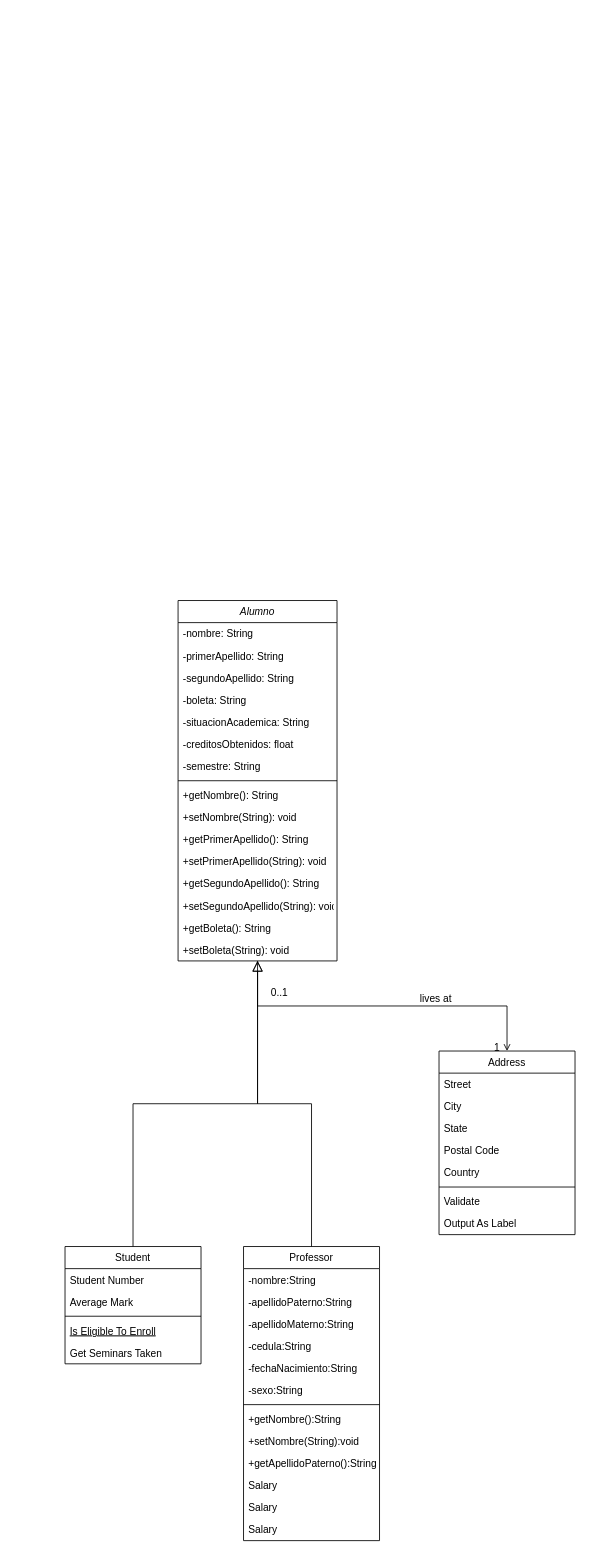
The draw.io diagram Untitled Diagram.drawio in a2772/J-001-ProyectosCurso, before the edit. Source tidied: cells renumbered, new cells numbered last; positions are measured from the earlier drawing's top-left corner, leaving out a move shared by most shapes. Both pictures are drawn from the tidied source at 85%, with x=0, y=0 at pixel (65, 600).
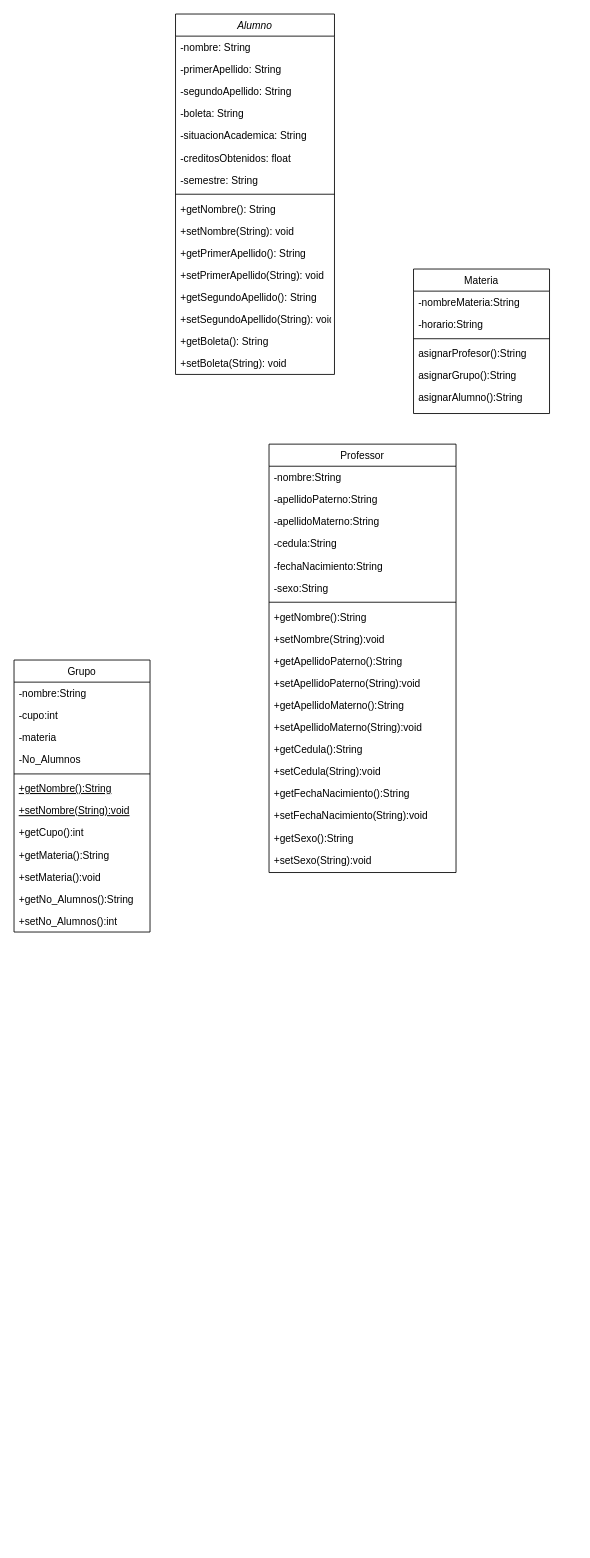
Above is the later version.

What changed in the source:
```diff
@@
     <mxCell id="2" value="Alumno" style="swimlane;fontStyle=2;align=center;verticalAlign=top;horizontal=1;startSize=26;rounded=0;shadow=0;strokeWidth=1;" parent="1" vertex="1">
-      <mxGeometry x="133" width="187" height="424" as="geometry" />
+      <mxGeometry x="130" y="-690" width="187" height="424" as="geometry" />
     </mxCell>
@@
-    <mxCell id="19" value="Student" style="swimlane;fontStyle=0;align=center;verticalAlign=top;horizontal=1;startSize=26;rounded=0;shadow=0;strokeWidth=1;" parent="1" vertex="1">
-      <mxGeometry y="760" width="160" height="138" as="geometry" />
+    <mxCell id="19" value="Grupo" style="swimlane;fontStyle=0;align=center;verticalAlign=top;horizontal=1;startSize=26;rounded=0;shadow=0;strokeWidth=1;" parent="1" vertex="1">
+      <mxGeometry x="-60" y="70" width="160" height="320" as="geometry" />
     </mxCell>
+    <mxCell id="21" value="-nombre:String" style="text;align=left;verticalAlign=top;spacingLeft=4;spacingRight=4;overflow=hidden;rounded=0;shadow=0;html=0;" parent="19" vertex="1">
+      <mxGeometry y="26" width="160" height="26" as="geometry" />
+    </mxCell>
-    <mxCell id="20" value="Student Number" style="text;align=left;verticalAlign=top;spacingLeft=4;spacingRight=4;overflow=hidden;" parent="19" vertex="1">
-      <mxGeometry y="26" width="160" height="26" as="geometry" />
+    <mxCell id="20" value="-cupo:int" style="text;align=left;verticalAlign=top;spacingLeft=4;spacingRight=4;overflow=hidden;" parent="19" vertex="1">
+      <mxGeometry y="52" width="160" height="26" as="geometry" />
     </mxCell>
-    <mxCell id="21" value="Average Mark" style="text;align=left;verticalAlign=top;spacingLeft=4;spacingRight=4;overflow=hidden;rounded=0;shadow=0;html=0;" parent="19" vertex="1">
-      <mxGeometry y="52" width="160" height="26" as="geometry" />
-    </mxCell>
+    <mxCell id="54" value="-materia" style="text;align=left;verticalAlign=top;spacingLeft=4;spacingRight=4;overflow=hidden;rounded=0;shadow=0;html=0;" parent="19" vertex="1">
+      <mxGeometry y="78" width="160" height="26" as="geometry" />
+    </mxCell>
+    <mxCell id="55" value="-No_Alumnos" style="text;align=left;verticalAlign=top;spacingLeft=4;spacingRight=4;overflow=hidden;rounded=0;shadow=0;html=0;" parent="19" vertex="1">
+      <mxGeometry y="104" width="160" height="26" as="geometry" />
+    </mxCell>
     <mxCell id="22" style="line;html=1;strokeWidth=1;align=left;verticalAlign=middle;spacingTop=-1;spacingLeft=3;spacingRight=3;labelPosition=right;" parent="19" vertex="1">
-      <mxGeometry y="78" width="160" height="8" as="geometry" />
+      <mxGeometry y="130" width="160" height="8" as="geometry" />
     </mxCell>
+    <mxCell id="56" value="+getNombre():String" style="text;align=left;verticalAlign=top;spacingLeft=4;spacingRight=4;overflow=hidden;fontStyle=4;" parent="19" vertex="1">
+      <mxGeometry y="138" width="160" height="26" as="geometry" />
+    </mxCell>
-    <mxCell id="23" value="Is Eligible To Enroll" style="text;align=left;verticalAlign=top;spacingLeft=4;spacingRight=4;overflow=hidden;fontStyle=4;" parent="19" vertex="1">
-      <mxGeometry y="86" width="160" height="26" as="geometry" />
+    <mxCell id="23" value="+setNombre(String):void" style="text;align=left;verticalAlign=top;spacingLeft=4;spacingRight=4;overflow=hidden;fontStyle=4;" parent="19" vertex="1">
+      <mxGeometry y="164" width="160" height="26" as="geometry" />
     </mxCell>
-    <mxCell id="24" value="Get Seminars Taken" style="text;align=left;verticalAlign=top;spacingLeft=4;spacingRight=4;overflow=hidden;" parent="19" vertex="1">
-      <mxGeometry y="112" width="160" height="26" as="geometry" />
+    <mxCell id="24" value="+getCupo():int" style="text;align=left;verticalAlign=top;spacingLeft=4;spacingRight=4;overflow=hidden;" parent="19" vertex="1">
+      <mxGeometry y="190" width="160" height="26" as="geometry" />
     </mxCell>
-    <mxCell id="25" style="endArrow=block;endSize=10;endFill=0;shadow=0;strokeWidth=1;rounded=0;edgeStyle=elbowEdgeStyle;elbow=vertical;" parent="1" edge="1" source="19" target="2">
-      <mxGeometry relative="1" as="geometry" />
-    </mxCell>
+    <mxCell id="57" value="+getMateria():String" style="text;align=left;verticalAlign=top;spacingLeft=4;spacingRight=4;overflow=hidden;" parent="19" vertex="1">
+      <mxGeometry y="216" width="160" height="26" as="geometry" />
+    </mxCell>
+    <mxCell id="58" value="+setMateria():void" style="text;align=left;verticalAlign=top;spacingLeft=4;spacingRight=4;overflow=hidden;" parent="19" vertex="1">
+      <mxGeometry y="242" width="160" height="26" as="geometry" />
+    </mxCell>
+    <mxCell id="59" value="+getNo_Alumnos():String" style="text;align=left;verticalAlign=top;spacingLeft=4;spacingRight=4;overflow=hidden;" parent="19" vertex="1">
+      <mxGeometry y="268" width="160" height="26" as="geometry" />
+    </mxCell>
+    <mxCell id="60" value="+setNo_Alumnos():int" style="text;align=left;verticalAlign=top;spacingLeft=4;spacingRight=4;overflow=hidden;" parent="19" vertex="1">
+      <mxGeometry y="294" width="160" height="26" as="geometry" />
+    </mxCell>
     <mxCell id="26" value="Professor" style="swimlane;fontStyle=0;align=center;verticalAlign=top;horizontal=1;startSize=26;rounded=0;shadow=0;strokeWidth=1;" parent="1" vertex="1">
-      <mxGeometry x="210" y="760" width="160" height="346" as="geometry" />
+      <mxGeometry x="240" y="-184" width="220" height="504" as="geometry" />
     </mxCell>
     <mxCell id="27" value="-nombre:String" style="text;align=left;verticalAlign=top;spacingLeft=4;spacingRight=4;overflow=hidden;" parent="26" vertex="1">
-      <mxGeometry y="26" width="160" height="26" as="geometry" />
+      <mxGeometry y="26" width="220" height="26" as="geometry" />
     </mxCell>
     <mxCell id="28" value="-apellidoPaterno:String" style="text;align=left;verticalAlign=top;spacingLeft=4;spacingRight=4;overflow=hidden;" parent="26" vertex="1">
-      <mxGeometry y="52" width="160" height="26" as="geometry" />
+      <mxGeometry y="52" width="220" height="26" as="geometry" />
     </mxCell>
     <mxCell id="29" value="-apellidoMaterno:String" style="text;align=left;verticalAlign=top;spacingLeft=4;spacingRight=4;overflow=hidden;" parent="26" vertex="1">
-      <mxGeometry y="78" width="160" height="26" as="geometry" />
+      <mxGeometry y="78" width="220" height="26" as="geometry" />
     </mxCell>
     <mxCell id="30" value="-cedula:String" style="text;align=left;verticalAlign=top;spacingLeft=4;spacingRight=4;overflow=hidden;" parent="26" vertex="1">
-      <mxGeometry y="104" width="160" height="26" as="geometry" />
+      <mxGeometry y="104" width="220" height="26" as="geometry" />
     </mxCell>
     <mxCell id="31" value="-fechaNacimiento:String" style="text;align=left;verticalAlign=top;spacingLeft=4;spacingRight=4;overflow=hidden;" parent="26" vertex="1">
-      <mxGeometry y="130" width="160" height="26" as="geometry" />
+      <mxGeometry y="130" width="220" height="26" as="geometry" />
     </mxCell>
     <mxCell id="32" value="-sexo:String" style="text;align=left;verticalAlign=top;spacingLeft=4;spacingRight=4;overflow=hidden;" parent="26" vertex="1">
-      <mxGeometry y="156" width="160" height="26" as="geometry" />
+      <mxGeometry y="156" width="220" height="26" as="geometry" />
     </mxCell>
     <mxCell id="33" style="line;html=1;strokeWidth=1;align=left;verticalAlign=middle;spacingTop=-1;spacingLeft=3;spacingRight=3;labelPosition=right;" parent="26" vertex="1">
-      <mxGeometry y="182" width="160" height="8" as="geometry" />
+      <mxGeometry y="182" width="220" height="8" as="geometry" />
     </mxCell>
     <mxCell id="34" value="+getNombre():String&#10;" style="text;align=left;verticalAlign=top;spacingLeft=4;spacingRight=4;overflow=hidden;" parent="26" vertex="1">
-      <mxGeometry y="190" width="160" height="26" as="geometry" />
+      <mxGeometry y="190" width="220" height="26" as="geometry" />
     </mxCell>
     <mxCell id="35" value="+setNombre(String):void" style="text;align=left;verticalAlign=top;spacingLeft=4;spacingRight=4;overflow=hidden;" parent="26" vertex="1">
-      <mxGeometry y="216" width="160" height="26" as="geometry" />
+      <mxGeometry y="216" width="220" height="26" as="geometry" />
     </mxCell>
     <mxCell id="36" value="+getApellidoPaterno():String" style="text;align=left;verticalAlign=top;spacingLeft=4;spacingRight=4;overflow=hidden;" parent="26" vertex="1">
-      <mxGeometry y="242" width="160" height="26" as="geometry" />
+      <mxGeometry y="242" width="220" height="26" as="geometry" />
     </mxCell>
-    <mxCell id="37" value="Salary" style="text;align=left;verticalAlign=top;spacingLeft=4;spacingRight=4;overflow=hidden;" parent="26" vertex="1">
-      <mxGeometry y="268" width="160" height="26" as="geometry" />
+    <mxCell id="37" value="+setApellidoPaterno(String):void" style="text;align=left;verticalAlign=top;spacingLeft=4;spacingRight=4;overflow=hidden;" parent="26" vertex="1">
+      <mxGeometry y="268" width="220" height="26" as="geometry" />
     </mxCell>
-    <mxCell id="38" value="Salary" style="text;align=left;verticalAlign=top;spacingLeft=4;spacingRight=4;overflow=hidden;" parent="26" vertex="1">
-      <mxGeometry y="294" width="160" height="26" as="geometry" />
-    </mxCell>
-    <mxCell id="39" value="Salary" style="text;align=left;verticalAlign=top;spacingLeft=4;spacingRight=4;overflow=hidden;" parent="26" vertex="1">
-      <mxGeometry y="320" width="160" height="26" as="geometry" />
-    </mxCell>
-    <mxCell id="40" style="endArrow=block;endSize=10;endFill=0;shadow=0;strokeWidth=1;rounded=0;edgeStyle=elbowEdgeStyle;elbow=vertical;" parent="1" edge="1" source="26" target="2">
-      <mxGeometry relative="1" as="geometry" />
-    </mxCell>
+    <mxCell id="61" value="+getApellidoMaterno():String" style="text;align=left;verticalAlign=top;spacingLeft=4;spacingRight=4;overflow=hidden;" parent="26" vertex="1">
+      <mxGeometry y="294" width="220" height="26" as="geometry" />
+    </mxCell>
+    <mxCell id="62" value="+setApellidoMaterno(String):void" style="text;align=left;verticalAlign=top;spacingLeft=4;spacingRight=4;overflow=hidden;" parent="26" vertex="1">
+      <mxGeometry y="320" width="220" height="26" as="geometry" />
+    </mxCell>
+    <mxCell id="63" value="+getCedula():String&#10;" style="text;align=left;verticalAlign=top;spacingLeft=4;spacingRight=4;overflow=hidden;" parent="26" vertex="1">
+      <mxGeometry y="346" width="220" height="26" as="geometry" />
+    </mxCell>
+    <mxCell id="64" value="+setCedula(String):void" style="text;align=left;verticalAlign=top;spacingLeft=4;spacingRight=4;overflow=hidden;" parent="26" vertex="1">
+      <mxGeometry y="372" width="220" height="26" as="geometry" />
+    </mxCell>
+    <mxCell id="65" value="+getFechaNacimiento():String&#10;" style="text;align=left;verticalAlign=top;spacingLeft=4;spacingRight=4;overflow=hidden;" parent="26" vertex="1">
+      <mxGeometry y="398" width="220" height="26" as="geometry" />
+    </mxCell>
+    <mxCell id="66" value="+setFechaNacimiento(String):void" style="text;align=left;verticalAlign=top;spacingLeft=4;spacingRight=4;overflow=hidden;" parent="26" vertex="1">
+      <mxGeometry y="424" width="220" height="26" as="geometry" />
+    </mxCell>
+    <mxCell id="67" value="+getSexo():String&#10;" style="text;align=left;verticalAlign=top;spacingLeft=4;spacingRight=4;overflow=hidden;" parent="26" vertex="1">
+      <mxGeometry y="450" width="220" height="26" as="geometry" />
+    </mxCell>
+    <mxCell id="68" value="+setSexo(String):void" style="text;align=left;verticalAlign=top;spacingLeft=4;spacingRight=4;overflow=hidden;" parent="26" vertex="1">
+      <mxGeometry y="476" width="220" height="26" as="geometry" />
+    </mxCell>
-    <mxCell id="41" value="Address" style="swimlane;fontStyle=0;align=center;verticalAlign=top;horizontal=1;startSize=26;rounded=0;shadow=0;strokeWidth=1;" parent="1" vertex="1">
-      <mxGeometry x="440" y="530" width="160" height="216" as="geometry" />
+    <mxCell id="41" value="Materia" style="swimlane;fontStyle=0;align=center;verticalAlign=top;horizontal=1;startSize=26;rounded=0;shadow=0;strokeWidth=1;" parent="1" vertex="1">
+      <mxGeometry x="410" y="-390" width="160" height="170" as="geometry" />
     </mxCell>
-    <mxCell id="42" value="Street" style="text;align=left;verticalAlign=top;spacingLeft=4;spacingRight=4;overflow=hidden;" parent="41" vertex="1">
+    <mxCell id="42" value="-nombreMateria:String" style="text;align=left;verticalAlign=top;spacingLeft=4;spacingRight=4;overflow=hidden;" parent="41" vertex="1">
       <mxGeometry y="26" width="160" height="26" as="geometry" />
     </mxCell>
-    <mxCell id="43" value="City" style="text;align=left;verticalAlign=top;spacingLeft=4;spacingRight=4;overflow=hidden;rounded=0;shadow=0;html=0;" parent="41" vertex="1">
+    <mxCell id="43" value="-horario:String" style="text;align=left;verticalAlign=top;spacingLeft=4;spacingRight=4;overflow=hidden;rounded=0;shadow=0;html=0;" parent="41" vertex="1">
       <mxGeometry y="52" width="160" height="26" as="geometry" />
     </mxCell>
-    <mxCell id="44" value="State" style="text;align=left;verticalAlign=top;spacingLeft=4;spacingRight=4;overflow=hidden;rounded=0;shadow=0;html=0;" parent="41" vertex="1">
-      <mxGeometry y="78" width="160" height="26" as="geometry" />
-    </mxCell>
-    <mxCell id="45" value="Postal Code" style="text;align=left;verticalAlign=top;spacingLeft=4;spacingRight=4;overflow=hidden;rounded=0;shadow=0;html=0;" parent="41" vertex="1">
-      <mxGeometry y="104" width="160" height="26" as="geometry" />
-    </mxCell>
-    <mxCell id="46" value="Country" style="text;align=left;verticalAlign=top;spacingLeft=4;spacingRight=4;overflow=hidden;rounded=0;shadow=0;html=0;" parent="41" vertex="1">
-      <mxGeometry y="130" width="160" height="26" as="geometry" />
-    </mxCell>
     <mxCell id="47" style="line;html=1;strokeWidth=1;align=left;verticalAlign=middle;spacingTop=-1;spacingLeft=3;spacingRight=3;labelPosition=right;" parent="41" vertex="1">
-      <mxGeometry y="156" width="160" height="8" as="geometry" />
+      <mxGeometry y="78" width="160" height="8" as="geometry" />
     </mxCell>
-    <mxCell id="48" value="Validate" style="text;align=left;verticalAlign=top;spacingLeft=4;spacingRight=4;overflow=hidden;" parent="41" vertex="1">
-      <mxGeometry y="164" width="160" height="26" as="geometry" />
+    <mxCell id="48" value="asignarProfesor():String" style="text;align=left;verticalAlign=top;spacingLeft=4;spacingRight=4;overflow=hidden;" parent="41" vertex="1">
+      <mxGeometry y="86" width="160" height="26" as="geometry" />
     </mxCell>
-    <mxCell id="49" value="Output As Label" style="text;align=left;verticalAlign=top;spacingLeft=4;spacingRight=4;overflow=hidden;" parent="41" vertex="1">
-      <mxGeometry y="190" width="160" height="26" as="geometry" />
+    <mxCell id="49" value="asignarGrupo():String" style="text;align=left;verticalAlign=top;spacingLeft=4;spacingRight=4;overflow=hidden;" parent="41" vertex="1">
+      <mxGeometry y="112" width="160" height="26" as="geometry" />
     </mxCell>
-    <mxCell id="50" style="endArrow=open;shadow=0;strokeWidth=1;rounded=0;endFill=1;edgeStyle=elbowEdgeStyle;elbow=vertical;" parent="1" edge="1" source="2" target="41">
-      <mxGeometry x="0.5" y="41" relative="1" as="geometry">
-        <mxPoint x="-40" y="32" as="offset" />
-      </mxGeometry>
-    </mxCell>
-    <mxCell id="51" value="0..1" style="align=left;verticalAlign=bottom;labelBackgroundColor=none;fontSize=12;" parent="50" vertex="1">
-      <mxGeometry x="-1" relative="1" as="geometry">
-        <mxPoint x="14" y="46" as="offset" />
-      </mxGeometry>
-    </mxCell>
-    <mxCell id="52" value="1" style="align=right;verticalAlign=bottom;labelBackgroundColor=none;fontSize=12;" parent="50" vertex="1">
-      <mxGeometry x="1" relative="1" as="geometry">
-        <mxPoint x="-7" y="4" as="offset" />
-      </mxGeometry>
-    </mxCell>
-    <mxCell id="53" value="lives at" style="text;html=1;align=center;verticalAlign=middle;labelBackgroundColor=none;rounded=0;shadow=0;strokeWidth=1;fontSize=12;" parent="50" vertex="1">
-      <mxGeometry x="0.5" y="49" relative="1" as="geometry">
-        <mxPoint x="-38" y="40" as="offset" />
-      </mxGeometry>
-    </mxCell>
+    <mxCell id="69" value="asignarAlumno():String" style="text;align=left;verticalAlign=top;spacingLeft=4;spacingRight=4;overflow=hidden;" parent="41" vertex="1">
+      <mxGeometry y="138" width="160" height="26" as="geometry" />
+    </mxCell>
```
